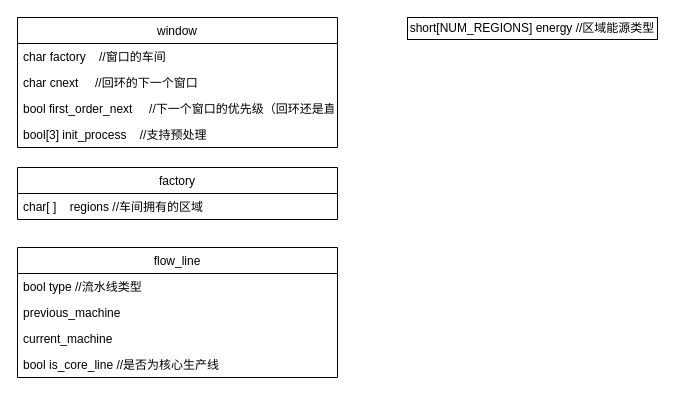
This is player_page/UML.drawio from Joe-zhouman/HuaWeiAlgorithm, a draw.io file, before an edit. Source tidied: cells renumbered, new cells numbered last; positions are measured from the earlier drawing's top-left corner, leaving out a move shared by most shapes. Both pictures are drawn from the tidied source at 100%, with x=0, y=0 at pixel (17, 17).
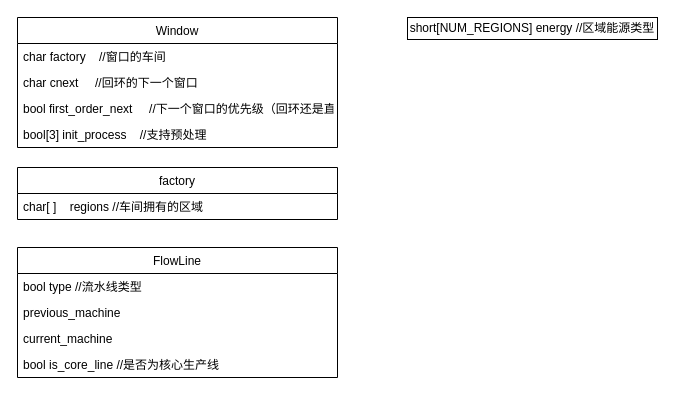
After the change.

The edit, as a diff of the source:
```diff
@@
 <mxGraphModel>
   <root>
     <mxCell id="0" />
     <mxCell id="1" parent="0" />
-    <mxCell id="2" value="window" style="swimlane;fontStyle=0;horizontal=1;startSize=26;fillColor=none;backgroundOutline=0;" parent="1" vertex="1">
+    <mxCell id="2" value="Window" style="swimlane;fontStyle=0;horizontal=1;startSize=26;fillColor=none;backgroundOutline=0;" parent="1" vertex="1">
       <mxGeometry width="320" height="130" as="geometry" />
     </mxCell>
     <mxCell id="3" value="char factory    //窗口的车间" style="text;strokeColor=none;fillColor=none;align=left;verticalAlign=top;spacingLeft=4;spacingRight=4;overflow=hidden;" parent="2" vertex="1">
       <mxGeometry y="26" width="320" height="26" as="geometry" />
     </mxCell>
     <mxCell id="4" value="char cnext     //回环的下一个窗口" style="text;strokeColor=none;fillColor=none;align=left;verticalAlign=top;spacingLeft=4;spacingRight=4;overflow=hidden;" parent="2" vertex="1">
       <mxGeometry y="52" width="320" height="26" as="geometry" />
     </mxCell>
     <mxCell id="5" value="bool first_order_next     //下一个窗口的优先级（回环还是直线）&#10;" style="text;strokeColor=none;fillColor=none;align=left;verticalAlign=top;spacingLeft=4;spacingRight=4;overflow=hidden;" parent="2" vertex="1">
       <mxGeometry y="78" width="320" height="26" as="geometry" />
     </mxCell>
     <mxCell id="6" value="bool[3] init_process    //支持预处理&#10;&#10;" style="text;strokeColor=none;fillColor=none;align=left;verticalAlign=top;spacingLeft=4;spacingRight=4;overflow=hidden;" parent="2" vertex="1">
       <mxGeometry y="104" width="320" height="26" as="geometry" />
     </mxCell>
     <mxCell id="7" value="factory" style="swimlane;fontStyle=0;horizontal=1;startSize=26;fillColor=none;" parent="1" vertex="1">
       <mxGeometry y="150" width="320" height="52" as="geometry" />
     </mxCell>
     <mxCell id="8" value="char[ ]    regions //车间拥有的区域" style="text;strokeColor=none;fillColor=none;align=left;verticalAlign=top;spacingLeft=4;spacingRight=4;overflow=hidden;" parent="7" vertex="1">
       <mxGeometry y="26" width="320" height="26" as="geometry" />
     </mxCell>
     <mxCell id="9" value="short[NUM_REGIONS] energy //区域能源类型" style="rounded=0;whiteSpace=wrap;html=1;" parent="1" vertex="1">
       <mxGeometry x="390" width="250" height="22" as="geometry" />
     </mxCell>
-    <mxCell id="10" value="flow_line" style="swimlane;fontStyle=0;horizontal=1;startSize=26;fillColor=none;" parent="1" vertex="1">
+    <mxCell id="10" value="FlowLine" style="swimlane;fontStyle=0;horizontal=1;startSize=26;fillColor=none;" parent="1" vertex="1">
       <mxGeometry y="230" width="320" height="130" as="geometry" />
     </mxCell>
     <mxCell id="11" value="bool type //流水线类型" style="text;strokeColor=none;fillColor=none;align=left;verticalAlign=top;spacingLeft=4;spacingRight=4;overflow=hidden;" parent="10" vertex="1">
       <mxGeometry y="26" width="320" height="26" as="geometry" />
     </mxCell>
     <mxCell id="12" value="previous_machine" style="text;strokeColor=none;fillColor=none;align=left;verticalAlign=top;spacingLeft=4;spacingRight=4;overflow=hidden;" parent="10" vertex="1">
       <mxGeometry y="52" width="320" height="26" as="geometry" />
     </mxCell>
     <mxCell id="13" value="current_machine" style="text;strokeColor=none;fillColor=none;align=left;verticalAlign=top;spacingLeft=4;spacingRight=4;overflow=hidden;" parent="10" vertex="1">
       <mxGeometry y="78" width="320" height="26" as="geometry" />
     </mxCell>
     <mxCell id="14" value="bool is_core_line //是否为核心生产线" style="text;strokeColor=none;fillColor=none;align=left;verticalAlign=top;spacingLeft=4;spacingRight=4;overflow=hidden;" parent="10" vertex="1">
       <mxGeometry y="104" width="320" height="26" as="geometry" />
     </mxCell>
   </root>
 </mxGraphModel>
```
